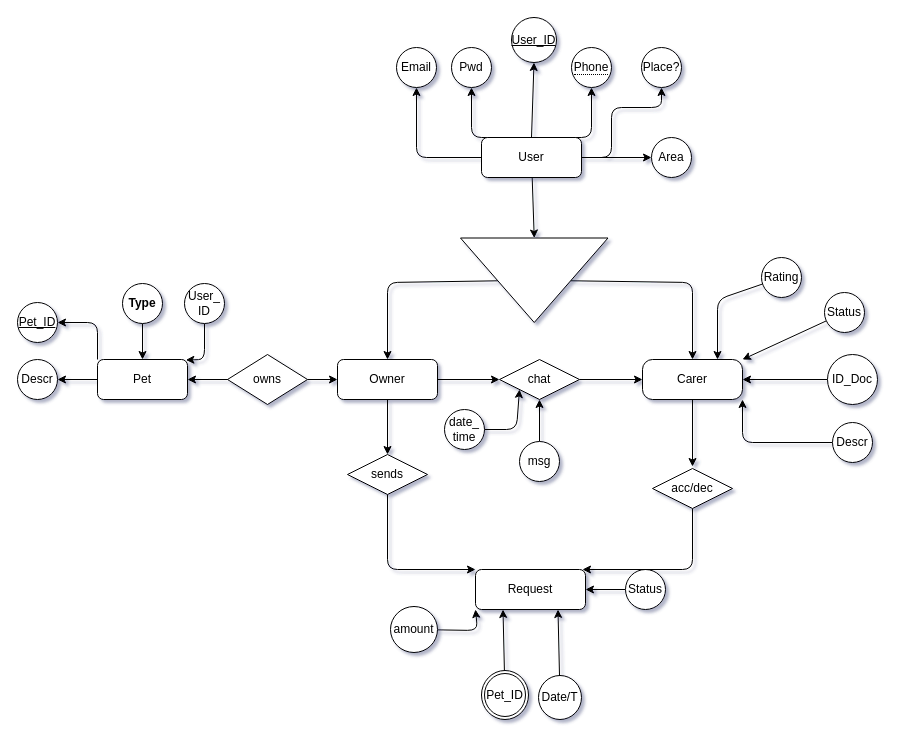
Before: Docs/DB/entidad-realcion.drawio in iagogonzalezborines/MascoTier_Project, a draw.io diagram. Source tidied: cells renumbered, new cells numbered last; positions are measured from the earlier drawing's top-left corner, leaving out a move shared by most shapes. Both pictures are drawn from the tidied source at 100%, with x=0, y=0 at pixel (17, 17).
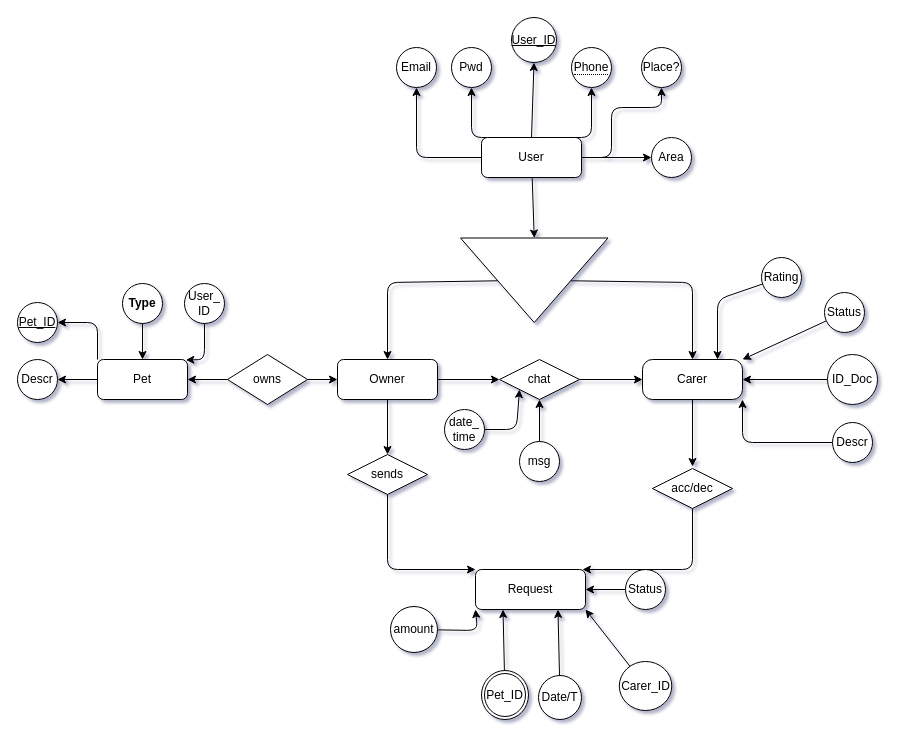
The same diagram, later.

Commit message (it also covers changes not shown here):
Seguimo con el entity relacion

The change refers to these unchanged cells:
```xml
<mxCell id="34" value="Request" style="rounded=1;whiteSpace=wrap;html=1;" parent="1" vertex="1">
  <mxGeometry x="458" y="552" width="110" height="40" as="geometry" />
</mxCell>
```

What changed in the source:
```diff
@@
+    <mxCell id="63" style="edgeStyle=none;html=1;entryX=1;entryY=1;entryDx=0;entryDy=0;endArrow=classic;endFill=1;" parent="1" edge="1" source="64" target="34">
+      <mxGeometry relative="1" as="geometry" />
+    </mxCell>
+    <mxCell id="64" value="Carer_ID" style="ellipse;whiteSpace=wrap;html=1;" parent="1" vertex="1">
+      <mxGeometry x="601.8" y="644" width="52.5" height="49" as="geometry" />
+    </mxCell>
```
